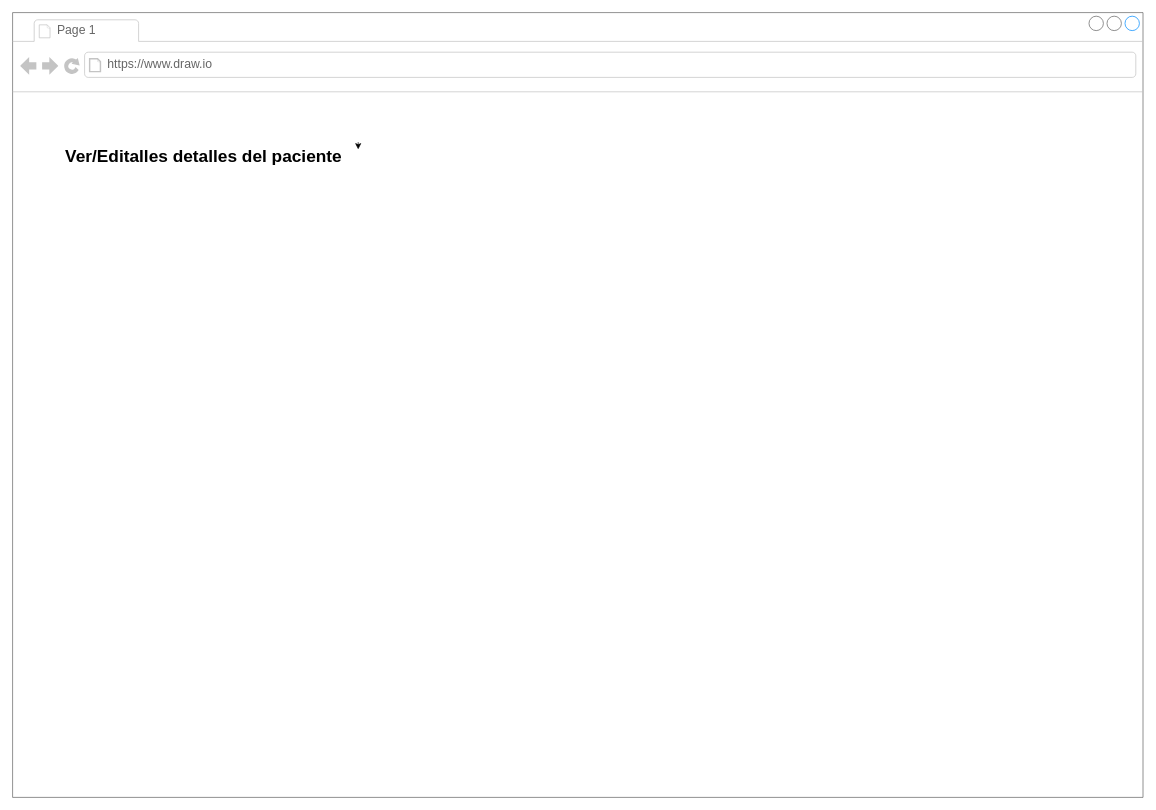
Before: (Medico) Ver/Editar detalles.drawio in bernatDiaz/artefactos, a draw.io diagram. Source tidied: cells renumbered, new cells numbered last; positions are measured from the earlier drawing's top-left corner, leaving out a move shared by most shapes. Both pictures are drawn from the tidied source at 72%, with x=0, y=0 at pixel (12, 12).
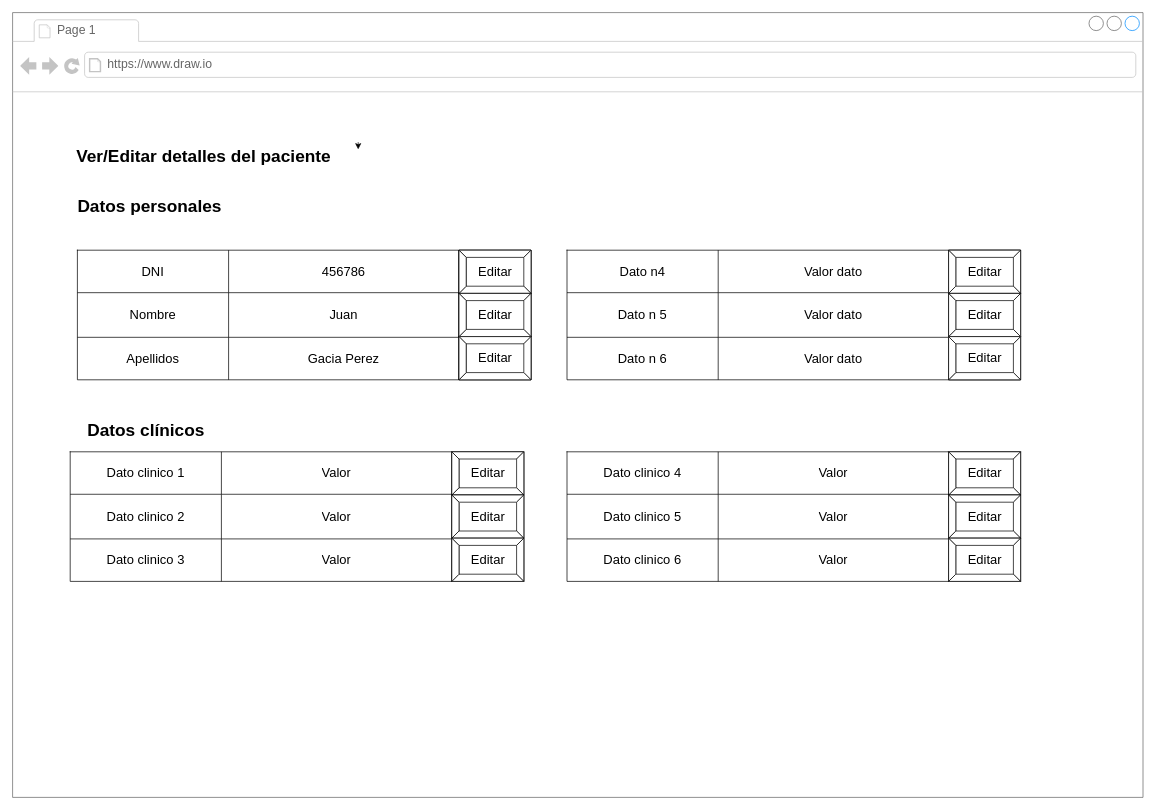
The same diagram, later.

Commit message (it also covers changes not shown here):
Update (Medico) Ver/Editar detalles.drawio

The change refers to these unchanged cells:
```xml
<mxCell id="2" style="strokeWidth=1;shadow=0;dashed=0;align=center;html=1;shape=mxgraph.mockup.containers.browserWindow;rSize=0;strokeColor=#666666;strokeColor2=#008cff;strokeColor3=#c4c4c4;mainText=,;" parent="1" vertex="1">
  <mxGeometry width="1570" height="1090" as="geometry" />
</mxCell>
```

Change to the diagram source:
```diff
@@
-    <mxCell id="5" value="Ver/Editalles detalles del paciente" style="text;strokeColor=none;fillColor=none;html=1;fontSize=24;fontStyle=1;verticalAlign=middle;align=center;" parent="2" vertex="1">
+    <mxCell id="5" value="Ver/Editar detalles del paciente" style="text;strokeColor=none;fillColor=none;html=1;fontSize=24;fontStyle=1;verticalAlign=middle;align=center;" parent="2" vertex="1">
       <mxGeometry x="50" y="180" width="430" height="40" as="geometry" />
     </mxCell>
@@
+    <mxCell id="7" style="shape=table;html=1;whiteSpace=wrap;startSize=0;childLayout=tableLayout;fontSize=18;" parent="2" vertex="1">
+      <mxGeometry x="90" y="330" width="630" height="180" as="geometry" />
+    </mxCell>
+    <mxCell id="8" style="shape=tableRow;horizontal=0;startSize=0;swimlaneHead=0;swimlaneBody=0;top=0;left=0;bottom=0;right=0;fillColor=none;fontSize=18;" parent="7" vertex="1">
+      <mxGeometry width="630" height="59" as="geometry" />
+    </mxCell>
+    <mxCell id="9" value="DNI" style="shape=partialRectangle;html=1;whiteSpace=wrap;fillColor=none;top=0;left=0;bottom=0;right=0;overflow=hidden;fontSize=18;" parent="8" vertex="1">
+      <mxGeometry width="210" height="59" as="geometry" />
+    </mxCell>
+    <mxCell id="10" value="456786" style="shape=partialRectangle;html=1;whiteSpace=wrap;fillColor=none;top=0;left=0;bottom=0;right=0;overflow=hidden;fontSize=18;" parent="8" vertex="1">
+      <mxGeometry x="210" width="320" height="59" as="geometry" />
+    </mxCell>
+    <mxCell id="11" style="shape=partialRectangle;html=1;whiteSpace=wrap;fillColor=none;top=0;left=0;bottom=0;right=0;overflow=hidden;fontSize=18;" parent="8" vertex="1">
+      <mxGeometry x="530" width="100" height="59" as="geometry" />
+    </mxCell>
+    <mxCell id="12" style="shape=tableRow;horizontal=0;startSize=0;swimlaneHead=0;swimlaneBody=0;top=0;left=0;bottom=0;right=0;fillColor=none;fontSize=18;" parent="7" vertex="1">
+      <mxGeometry y="59" width="630" height="62" as="geometry" />
+    </mxCell>
+    <mxCell id="13" value="Nombre" style="shape=partialRectangle;html=1;whiteSpace=wrap;fillColor=none;top=0;left=0;bottom=0;right=0;overflow=hidden;fontSize=18;" parent="12" vertex="1">
+      <mxGeometry width="210" height="62" as="geometry" />
+    </mxCell>
+    <mxCell id="14" value="Juan" style="shape=partialRectangle;html=1;whiteSpace=wrap;fillColor=none;top=0;left=0;bottom=0;right=0;overflow=hidden;fontSize=18;" parent="12" vertex="1">
+      <mxGeometry x="210" width="320" height="62" as="geometry" />
+    </mxCell>
+    <mxCell id="15" style="shape=partialRectangle;html=1;whiteSpace=wrap;fillColor=none;top=0;left=0;bottom=0;right=0;overflow=hidden;fontSize=18;" parent="12" vertex="1">
+      <mxGeometry x="530" width="100" height="62" as="geometry" />
+    </mxCell>
+    <mxCell id="16" style="shape=tableRow;horizontal=0;startSize=0;swimlaneHead=0;swimlaneBody=0;top=0;left=0;bottom=0;right=0;fillColor=none;fontSize=18;" parent="7" vertex="1">
+      <mxGeometry y="121" width="630" height="59" as="geometry" />
+    </mxCell>
+    <mxCell id="17" value="Apellidos" style="shape=partialRectangle;html=1;whiteSpace=wrap;fillColor=none;top=0;left=0;bottom=0;right=0;overflow=hidden;fontSize=18;" parent="16" vertex="1">
+      <mxGeometry width="210" height="59" as="geometry" />
+    </mxCell>
+    <mxCell id="18" value="Gacia Perez" style="shape=partialRectangle;html=1;whiteSpace=wrap;fillColor=none;top=0;left=0;bottom=0;right=0;overflow=hidden;fontSize=18;" parent="16" vertex="1">
+      <mxGeometry x="210" width="320" height="59" as="geometry" />
+    </mxCell>
+    <mxCell id="19" style="shape=partialRectangle;html=1;whiteSpace=wrap;fillColor=none;top=0;left=0;bottom=0;right=0;overflow=hidden;fontSize=18;" parent="16" vertex="1">
+      <mxGeometry x="530" width="100" height="59" as="geometry" />
+    </mxCell>
+    <mxCell id="20" value="Datos personales" style="text;strokeColor=none;fillColor=none;html=1;fontSize=24;fontStyle=1;verticalAlign=middle;align=center;" parent="2" vertex="1">
+      <mxGeometry x="70" y="250" width="240" height="40" as="geometry" />
+    </mxCell>
+    <mxCell id="21" value="Editar" style="labelPosition=center;verticalLabelPosition=middle;align=center;html=1;shape=mxgraph.basic.button;dx=10;fontSize=18;" parent="2" vertex="1">
+      <mxGeometry x="620" y="330" width="100" height="60" as="geometry" />
+    </mxCell>
+    <mxCell id="22" value="Editar" style="labelPosition=center;verticalLabelPosition=middle;align=center;html=1;shape=mxgraph.basic.button;dx=10;fontSize=18;" parent="2" vertex="1">
+      <mxGeometry x="620" y="390" width="100" height="60" as="geometry" />
+    </mxCell>
+    <mxCell id="23" value="Editar" style="labelPosition=center;verticalLabelPosition=middle;align=center;html=1;shape=mxgraph.basic.button;dx=10;fontSize=18;" parent="2" vertex="1">
+      <mxGeometry x="620" y="450" width="100" height="60" as="geometry" />
+    </mxCell>
+    <mxCell id="24" style="shape=table;html=1;whiteSpace=wrap;startSize=0;childLayout=tableLayout;fontSize=18;" parent="2" vertex="1">
+      <mxGeometry x="770" y="330" width="630" height="180" as="geometry" />
+    </mxCell>
+    <mxCell id="25" style="shape=tableRow;horizontal=0;startSize=0;swimlaneHead=0;swimlaneBody=0;top=0;left=0;bottom=0;right=0;fillColor=none;fontSize=18;" parent="24" vertex="1">
+      <mxGeometry width="630" height="59" as="geometry" />
+    </mxCell>
+    <mxCell id="26" value="Dato n4" style="shape=partialRectangle;html=1;whiteSpace=wrap;fillColor=none;top=0;left=0;bottom=0;right=0;overflow=hidden;fontSize=18;" parent="25" vertex="1">
+      <mxGeometry width="210" height="59" as="geometry" />
+    </mxCell>
+    <mxCell id="27" value="Valor dato" style="shape=partialRectangle;html=1;whiteSpace=wrap;fillColor=none;top=0;left=0;bottom=0;right=0;overflow=hidden;fontSize=18;" parent="25" vertex="1">
+      <mxGeometry x="210" width="320" height="59" as="geometry" />
+    </mxCell>
+    <mxCell id="28" style="shape=partialRectangle;html=1;whiteSpace=wrap;fillColor=none;top=0;left=0;bottom=0;right=0;overflow=hidden;fontSize=18;" parent="25" vertex="1">
+      <mxGeometry x="530" width="100" height="59" as="geometry" />
+    </mxCell>
+    <mxCell id="29" style="shape=tableRow;horizontal=0;startSize=0;swimlaneHead=0;swimlaneBody=0;top=0;left=0;bottom=0;right=0;fillColor=none;fontSize=18;" parent="24" vertex="1">
+      <mxGeometry y="59" width="630" height="62" as="geometry" />
+    </mxCell>
+    <mxCell id="30" value="Dato n 5" style="shape=partialRectangle;html=1;whiteSpace=wrap;fillColor=none;top=0;left=0;bottom=0;right=0;overflow=hidden;fontSize=18;" parent="29" vertex="1">
+      <mxGeometry width="210" height="62" as="geometry" />
+    </mxCell>
+    <mxCell id="31" value="Valor dato" style="shape=partialRectangle;html=1;whiteSpace=wrap;fillColor=none;top=0;left=0;bottom=0;right=0;overflow=hidden;fontSize=18;" parent="29" vertex="1">
+      <mxGeometry x="210" width="320" height="62" as="geometry" />
+    </mxCell>
+    <mxCell id="32" style="shape=partialRectangle;html=1;whiteSpace=wrap;fillColor=none;top=0;left=0;bottom=0;right=0;overflow=hidden;fontSize=18;" parent="29" vertex="1">
+      <mxGeometry x="530" width="100" height="62" as="geometry" />
+    </mxCell>
+    <mxCell id="33" style="shape=tableRow;horizontal=0;startSize=0;swimlaneHead=0;swimlaneBody=0;top=0;left=0;bottom=0;right=0;fillColor=none;fontSize=18;" parent="24" vertex="1">
+      <mxGeometry y="121" width="630" height="59" as="geometry" />
+    </mxCell>
+    <mxCell id="34" value="Dato n 6" style="shape=partialRectangle;html=1;whiteSpace=wrap;fillColor=none;top=0;left=0;bottom=0;right=0;overflow=hidden;fontSize=18;" parent="33" vertex="1">
+      <mxGeometry width="210" height="59" as="geometry" />
+    </mxCell>
+    <mxCell id="35" value="Valor dato" style="shape=partialRectangle;html=1;whiteSpace=wrap;fillColor=none;top=0;left=0;bottom=0;right=0;overflow=hidden;fontSize=18;" parent="33" vertex="1">
+      <mxGeometry x="210" width="320" height="59" as="geometry" />
+    </mxCell>
+    <mxCell id="36" style="shape=partialRectangle;html=1;whiteSpace=wrap;fillColor=none;top=0;left=0;bottom=0;right=0;overflow=hidden;fontSize=18;" parent="33" vertex="1">
+      <mxGeometry x="530" width="100" height="59" as="geometry" />
+    </mxCell>
+    <mxCell id="37" value="Editar" style="labelPosition=center;verticalLabelPosition=middle;align=center;html=1;shape=mxgraph.basic.button;dx=10;fontSize=18;" parent="2" vertex="1">
+      <mxGeometry x="1300" y="330" width="100" height="60" as="geometry" />
+    </mxCell>
+    <mxCell id="38" value="Editar" style="labelPosition=center;verticalLabelPosition=middle;align=center;html=1;shape=mxgraph.basic.button;dx=10;fontSize=18;" parent="2" vertex="1">
+      <mxGeometry x="1300" y="390" width="100" height="60" as="geometry" />
+    </mxCell>
+    <mxCell id="39" value="Editar" style="labelPosition=center;verticalLabelPosition=middle;align=center;html=1;shape=mxgraph.basic.button;dx=10;fontSize=18;" parent="2" vertex="1">
+      <mxGeometry x="1300" y="450" width="100" height="60" as="geometry" />
+    </mxCell>
+    <mxCell id="40" value="Datos clínicos" style="text;strokeColor=none;fillColor=none;html=1;fontSize=24;fontStyle=1;verticalAlign=middle;align=center;" parent="2" vertex="1">
+      <mxGeometry x="90" y="560" width="190" height="40" as="geometry" />
+    </mxCell>
+    <mxCell id="41" style="shape=table;html=1;whiteSpace=wrap;startSize=0;childLayout=tableLayout;fontSize=18;" parent="2" vertex="1">
+      <mxGeometry x="80" y="610" width="630" height="180" as="geometry" />
+    </mxCell>
+    <mxCell id="42" style="shape=tableRow;horizontal=0;startSize=0;swimlaneHead=0;swimlaneBody=0;top=0;left=0;bottom=0;right=0;fillColor=none;fontSize=18;" parent="41" vertex="1">
+      <mxGeometry width="630" height="59" as="geometry" />
+    </mxCell>
+    <mxCell id="43" value="Dato clinico 1" style="shape=partialRectangle;html=1;whiteSpace=wrap;fillColor=none;top=0;left=0;bottom=0;right=0;overflow=hidden;fontSize=18;" parent="42" vertex="1">
+      <mxGeometry width="210" height="59" as="geometry" />
+    </mxCell>
+    <mxCell id="44" value="Valor" style="shape=partialRectangle;html=1;whiteSpace=wrap;fillColor=none;top=0;left=0;bottom=0;right=0;overflow=hidden;fontSize=18;" parent="42" vertex="1">
+      <mxGeometry x="210" width="320" height="59" as="geometry" />
+    </mxCell>
+    <mxCell id="45" style="shape=partialRectangle;html=1;whiteSpace=wrap;fillColor=none;top=0;left=0;bottom=0;right=0;overflow=hidden;fontSize=18;" parent="42" vertex="1">
+      <mxGeometry x="530" width="100" height="59" as="geometry" />
+    </mxCell>
+    <mxCell id="46" style="shape=tableRow;horizontal=0;startSize=0;swimlaneHead=0;swimlaneBody=0;top=0;left=0;bottom=0;right=0;fillColor=none;fontSize=18;" parent="41" vertex="1">
+      <mxGeometry y="59" width="630" height="62" as="geometry" />
+    </mxCell>
+    <mxCell id="47" value="Dato clinico 2" style="shape=partialRectangle;html=1;whiteSpace=wrap;fillColor=none;top=0;left=0;bottom=0;right=0;overflow=hidden;fontSize=18;" parent="46" vertex="1">
+      <mxGeometry width="210" height="62" as="geometry" />
+    </mxCell>
+    <mxCell id="48" value="Valor" style="shape=partialRectangle;html=1;whiteSpace=wrap;fillColor=none;top=0;left=0;bottom=0;right=0;overflow=hidden;fontSize=18;" parent="46" vertex="1">
+      <mxGeometry x="210" width="320" height="62" as="geometry" />
+    </mxCell>
+    <mxCell id="49" style="shape=partialRectangle;html=1;whiteSpace=wrap;fillColor=none;top=0;left=0;bottom=0;right=0;overflow=hidden;fontSize=18;" parent="46" vertex="1">
+      <mxGeometry x="530" width="100" height="62" as="geometry" />
+    </mxCell>
+    <mxCell id="50" style="shape=tableRow;horizontal=0;startSize=0;swimlaneHead=0;swimlaneBody=0;top=0;left=0;bottom=0;right=0;fillColor=none;fontSize=18;" parent="41" vertex="1">
+      <mxGeometry y="121" width="630" height="59" as="geometry" />
+    </mxCell>
+    <mxCell id="51" value="Dato clinico 3" style="shape=partialRectangle;html=1;whiteSpace=wrap;fillColor=none;top=0;left=0;bottom=0;right=0;overflow=hidden;fontSize=18;" parent="50" vertex="1">
+      <mxGeometry width="210" height="59" as="geometry" />
+    </mxCell>
+    <mxCell id="52" value="Valor" style="shape=partialRectangle;html=1;whiteSpace=wrap;fillColor=none;top=0;left=0;bottom=0;right=0;overflow=hidden;fontSize=18;" parent="50" vertex="1">
+      <mxGeometry x="210" width="320" height="59" as="geometry" />
+    </mxCell>
+    <mxCell id="53" style="shape=partialRectangle;html=1;whiteSpace=wrap;fillColor=none;top=0;left=0;bottom=0;right=0;overflow=hidden;fontSize=18;" parent="50" vertex="1">
+      <mxGeometry x="530" width="100" height="59" as="geometry" />
+    </mxCell>
+    <mxCell id="54" value="Editar" style="labelPosition=center;verticalLabelPosition=middle;align=center;html=1;shape=mxgraph.basic.button;dx=10;fontSize=18;" parent="2" vertex="1">
+      <mxGeometry x="610" y="610" width="100" height="60" as="geometry" />
+    </mxCell>
+    <mxCell id="55" value="Editar" style="labelPosition=center;verticalLabelPosition=middle;align=center;html=1;shape=mxgraph.basic.button;dx=10;fontSize=18;" parent="2" vertex="1">
+      <mxGeometry x="610" y="670" width="100" height="60" as="geometry" />
+    </mxCell>
+    <mxCell id="56" value="Editar" style="labelPosition=center;verticalLabelPosition=middle;align=center;html=1;shape=mxgraph.basic.button;dx=10;fontSize=18;" parent="2" vertex="1">
+      <mxGeometry x="610" y="730" width="100" height="60" as="geometry" />
+    </mxCell>
+    <mxCell id="57" style="shape=table;html=1;whiteSpace=wrap;startSize=0;childLayout=tableLayout;fontSize=18;" parent="2" vertex="1">
+      <mxGeometry x="770" y="610" width="630" height="180" as="geometry" />
+    </mxCell>
+    <mxCell id="58" style="shape=tableRow;horizontal=0;startSize=0;swimlaneHead=0;swimlaneBody=0;top=0;left=0;bottom=0;right=0;fillColor=none;fontSize=18;" parent="57" vertex="1">
+      <mxGeometry width="630" height="59" as="geometry" />
+    </mxCell>
+    <mxCell id="59" value="Dato clinico 4" style="shape=partialRectangle;html=1;whiteSpace=wrap;fillColor=none;top=0;left=0;bottom=0;right=0;overflow=hidden;fontSize=18;" parent="58" vertex="1">
+      <mxGeometry width="210" height="59" as="geometry" />
+    </mxCell>
+    <mxCell id="60" value="Valor" style="shape=partialRectangle;html=1;whiteSpace=wrap;fillColor=none;top=0;left=0;bottom=0;right=0;overflow=hidden;fontSize=18;" parent="58" vertex="1">
+      <mxGeometry x="210" width="320" height="59" as="geometry" />
+    </mxCell>
+    <mxCell id="61" style="shape=partialRectangle;html=1;whiteSpace=wrap;fillColor=none;top=0;left=0;bottom=0;right=0;overflow=hidden;fontSize=18;" parent="58" vertex="1">
+      <mxGeometry x="530" width="100" height="59" as="geometry" />
+    </mxCell>
+    <mxCell id="62" style="shape=tableRow;horizontal=0;startSize=0;swimlaneHead=0;swimlaneBody=0;top=0;left=0;bottom=0;right=0;fillColor=none;fontSize=18;" parent="57" vertex="1">
+      <mxGeometry y="59" width="630" height="62" as="geometry" />
+    </mxCell>
+    <mxCell id="63" value="Dato clinico 5" style="shape=partialRectangle;html=1;whiteSpace=wrap;fillColor=none;top=0;left=0;bottom=0;right=0;overflow=hidden;fontSize=18;" parent="62" vertex="1">
+      <mxGeometry width="210" height="62" as="geometry" />
+    </mxCell>
+    <mxCell id="64" value="Valor" style="shape=partialRectangle;html=1;whiteSpace=wrap;fillColor=none;top=0;left=0;bottom=0;right=0;overflow=hidden;fontSize=18;" parent="62" vertex="1">
+      <mxGeometry x="210" width="320" height="62" as="geometry" />
+    </mxCell>
+    <mxCell id="65" style="shape=partialRectangle;html=1;whiteSpace=wrap;fillColor=none;top=0;left=0;bottom=0;right=0;overflow=hidden;fontSize=18;" parent="62" vertex="1">
+      <mxGeometry x="530" width="100" height="62" as="geometry" />
+    </mxCell>
+    <mxCell id="66" style="shape=tableRow;horizontal=0;startSize=0;swimlaneHead=0;swimlaneBody=0;top=0;left=0;bottom=0;right=0;fillColor=none;fontSize=18;" parent="57" vertex="1">
+      <mxGeometry y="121" width="630" height="59" as="geometry" />
+    </mxCell>
+    <mxCell id="67" value="Dato clinico 6" style="shape=partialRectangle;html=1;whiteSpace=wrap;fillColor=none;top=0;left=0;bottom=0;right=0;overflow=hidden;fontSize=18;" parent="66" vertex="1">
+      <mxGeometry width="210" height="59" as="geometry" />
+    </mxCell>
+    <mxCell id="68" value="Valor" style="shape=partialRectangle;html=1;whiteSpace=wrap;fillColor=none;top=0;left=0;bottom=0;right=0;overflow=hidden;fontSize=18;" parent="66" vertex="1">
+      <mxGeometry x="210" width="320" height="59" as="geometry" />
+    </mxCell>
+    <mxCell id="69" style="shape=partialRectangle;html=1;whiteSpace=wrap;fillColor=none;top=0;left=0;bottom=0;right=0;overflow=hidden;fontSize=18;" parent="66" vertex="1">
+      <mxGeometry x="530" width="100" height="59" as="geometry" />
+    </mxCell>
+    <mxCell id="70" value="Editar" style="labelPosition=center;verticalLabelPosition=middle;align=center;html=1;shape=mxgraph.basic.button;dx=10;fontSize=18;" parent="2" vertex="1">
+      <mxGeometry x="1300" y="610" width="100" height="60" as="geometry" />
+    </mxCell>
+    <mxCell id="71" value="Editar" style="labelPosition=center;verticalLabelPosition=middle;align=center;html=1;shape=mxgraph.basic.button;dx=10;fontSize=18;" parent="2" vertex="1">
+      <mxGeometry x="1300" y="670" width="100" height="60" as="geometry" />
+    </mxCell>
+    <mxCell id="72" value="Editar" style="labelPosition=center;verticalLabelPosition=middle;align=center;html=1;shape=mxgraph.basic.button;dx=10;fontSize=18;" parent="2" vertex="1">
+      <mxGeometry x="1300" y="730" width="100" height="60" as="geometry" />
+    </mxCell>
```
